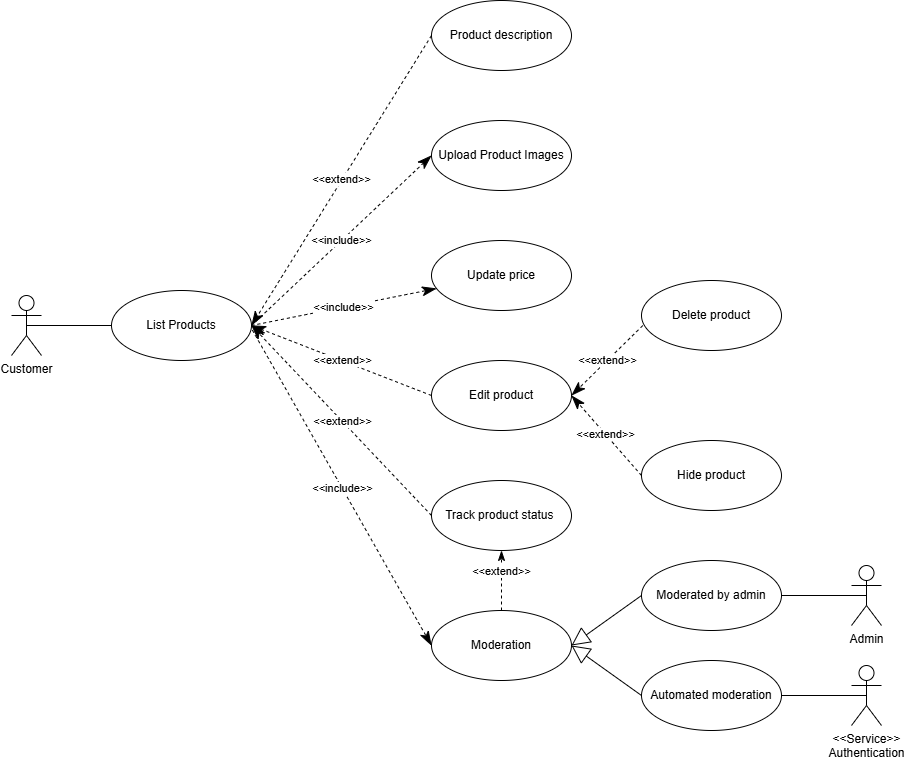
The draw.io diagram docs/usecases/detailed/list_products.drawio.png in Thu-sunrise/cloud_computing, before a commit. Source tidied: cells renumbered, new cells last; positions are measured from the earlier drawing's top-left corner, leaving out a move shared by most shapes. Its diagram source:
```xml
<mxGraphModel>
  <root>
    <mxCell id="0" />
    <mxCell id="1" parent="0" />
    <mxCell id="2" value="Customer" style="shape=umlActor;verticalLabelPosition=bottom;verticalAlign=top;html=1;" parent="1" vertex="1">
      <mxGeometry y="295" width="30" height="60" as="geometry" />
    </mxCell>
    <mxCell id="3" value="List Products" style="ellipse;whiteSpace=wrap;html=1;" parent="1" vertex="1">
      <mxGeometry x="100" y="290" width="140" height="70" as="geometry" />
    </mxCell>
    <mxCell id="4" value="Upload Product Images" style="ellipse;whiteSpace=wrap;html=1;" parent="1" vertex="1">
      <mxGeometry x="420" y="120" width="140" height="70" as="geometry" />
    </mxCell>
    <mxCell id="5" value="Product description" style="ellipse;whiteSpace=wrap;html=1;" parent="1" vertex="1">
      <mxGeometry x="420" width="140" height="70" as="geometry" />
    </mxCell>
    <mxCell id="6" value="Moderation" style="ellipse;whiteSpace=wrap;html=1;" parent="1" vertex="1">
      <mxGeometry x="420" y="610" width="140" height="70" as="geometry" />
    </mxCell>
    <mxCell id="7" value="Track product status&amp;nbsp;" style="ellipse;whiteSpace=wrap;html=1;" parent="1" vertex="1">
      <mxGeometry x="420" y="480" width="140" height="70" as="geometry" />
    </mxCell>
    <mxCell id="8" value="Edit product" style="ellipse;whiteSpace=wrap;html=1;" parent="1" vertex="1">
      <mxGeometry x="420" y="360" width="140" height="70" as="geometry" />
    </mxCell>
    <mxCell id="9" value="Hide product" style="ellipse;whiteSpace=wrap;html=1;" parent="1" vertex="1">
      <mxGeometry x="630" y="440" width="140" height="70" as="geometry" />
    </mxCell>
    <mxCell id="10" value="Delete product" style="ellipse;whiteSpace=wrap;html=1;" parent="1" vertex="1">
      <mxGeometry x="630" y="280" width="140" height="70" as="geometry" />
    </mxCell>
    <mxCell id="11" value="Update price" style="ellipse;whiteSpace=wrap;html=1;" parent="1" vertex="1">
      <mxGeometry x="420" y="240" width="140" height="70" as="geometry" />
    </mxCell>
    <mxCell id="12" value="Admin" style="shape=umlActor;verticalLabelPosition=bottom;verticalAlign=top;html=1;" parent="1" vertex="1">
      <mxGeometry x="840" y="565" width="30" height="60" as="geometry" />
    </mxCell>
    <mxCell id="13" value="&amp;lt;&amp;lt;include&amp;gt;&amp;gt;" style="endArrow=classicThin;endSize=12;dashed=1;html=1;rounded=0;exitX=1;exitY=0.5;exitDx=0;exitDy=0;entryX=0;entryY=0.5;entryDx=0;entryDy=0;endFill=1;" parent="1" edge="1" source="3" target="4">
      <mxGeometry relative="1" as="geometry" />
    </mxCell>
    <mxCell id="14" value="&amp;lt;&amp;lt;include&amp;gt;&amp;gt;" style="endArrow=classicThin;endSize=12;dashed=1;html=1;rounded=0;exitX=1;exitY=0.5;exitDx=0;exitDy=0;endFill=1;" parent="1" edge="1" source="3" target="11">
      <mxGeometry relative="1" as="geometry" />
    </mxCell>
    <mxCell id="15" value="&amp;lt;&amp;lt;extend&amp;gt;&amp;gt;" style="endArrow=classicThin;endSize=12;dashed=1;html=1;rounded=0;entryX=1;entryY=0.5;entryDx=0;entryDy=0;exitX=0;exitY=0.5;exitDx=0;exitDy=0;endFill=1;" parent="1" edge="1" source="8" target="3">
      <mxGeometry relative="1" as="geometry" />
    </mxCell>
    <mxCell id="16" value="&amp;lt;&amp;lt;extend&amp;gt;&amp;gt;" style="endArrow=classicThin;endSize=12;dashed=1;html=1;rounded=0;exitX=0;exitY=0.5;exitDx=0;exitDy=0;entryX=1;entryY=0.5;entryDx=0;entryDy=0;endFill=1;" parent="1" edge="1" source="7" target="3">
      <mxGeometry relative="1" as="geometry" />
    </mxCell>
    <mxCell id="17" value="&amp;lt;&amp;lt;extend&amp;gt;&amp;gt;" style="endArrow=classicThin;endSize=12;dashed=1;html=1;rounded=0;exitX=0.009;exitY=0.644;exitDx=0;exitDy=0;exitPerimeter=0;entryX=1;entryY=0.5;entryDx=0;entryDy=0;endFill=1;" parent="1" edge="1" source="10" target="8">
      <mxGeometry relative="1" as="geometry" />
    </mxCell>
    <mxCell id="18" value="&amp;lt;&amp;lt;extend&amp;gt;&amp;gt;" style="endArrow=classicThin;endSize=12;dashed=1;html=1;rounded=0;entryX=1;entryY=0.5;entryDx=0;entryDy=0;exitX=0;exitY=0.5;exitDx=0;exitDy=0;endFill=1;" parent="1" edge="1" source="9" target="8">
      <mxGeometry relative="1" as="geometry" />
    </mxCell>
    <mxCell id="19" value="&amp;lt;&amp;lt;include&amp;gt;&amp;gt;" style="endArrow=classicThin;endSize=12;dashed=1;html=1;rounded=0;exitX=1.006;exitY=0.565;exitDx=0;exitDy=0;exitPerimeter=0;entryX=0;entryY=0.5;entryDx=0;entryDy=0;endFill=1;" parent="1" edge="1" source="3" target="6">
      <mxGeometry relative="1" as="geometry" />
    </mxCell>
    <mxCell id="20" style="endArrow=none;html=1;rounded=0;entryX=0.5;entryY=0.5;entryDx=0;entryDy=0;entryPerimeter=0;exitX=1;exitY=0.5;exitDx=0;exitDy=0;" parent="1" edge="1" source="26" target="12">
      <mxGeometry relative="1" as="geometry" />
    </mxCell>
    <mxCell id="21" style="endArrow=none;html=1;rounded=0;entryX=0;entryY=0.5;entryDx=0;entryDy=0;exitX=0.5;exitY=0.5;exitDx=0;exitDy=0;exitPerimeter=0;" parent="1" edge="1" source="2" target="3">
      <mxGeometry relative="1" as="geometry" />
    </mxCell>
    <mxCell id="22" value="&amp;lt;&amp;lt;extend&amp;gt;&amp;gt;" style="endArrow=classicThin;endSize=12;dashed=1;html=1;rounded=0;exitX=0;exitY=0.5;exitDx=0;exitDy=0;entryX=1;entryY=0.5;entryDx=0;entryDy=0;endFill=1;" parent="1" edge="1" source="5" target="3">
      <mxGeometry relative="1" as="geometry" />
    </mxCell>
    <mxCell id="23" value="&amp;lt;&amp;lt;extend&amp;gt;&amp;gt;" style="html=1;verticalAlign=bottom;endArrow=classicThin;dashed=1;endSize=8;curved=0;rounded=0;exitX=0.5;exitY=0;exitDx=0;exitDy=0;entryX=0.5;entryY=1;entryDx=0;entryDy=0;endFill=1;" parent="1" edge="1" source="6" target="7">
      <mxGeometry relative="1" as="geometry" />
    </mxCell>
    <mxCell id="24" value="Automated moderation" style="ellipse;whiteSpace=wrap;html=1;" parent="1" vertex="1">
      <mxGeometry x="630" y="660" width="140" height="70" as="geometry" />
    </mxCell>
    <mxCell id="25" style="endArrow=block;endSize=16;endFill=0;html=1;rounded=0;exitX=0;exitY=0.5;exitDx=0;exitDy=0;entryX=1;entryY=0.5;entryDx=0;entryDy=0;" parent="1" edge="1" source="26" target="6">
      <mxGeometry relative="1" as="geometry" />
    </mxCell>
    <mxCell id="26" value="Moderated by admin" style="ellipse;whiteSpace=wrap;html=1;" parent="1" vertex="1">
      <mxGeometry x="630" y="560" width="140" height="70" as="geometry" />
    </mxCell>
    <mxCell id="27" style="endArrow=none;html=1;rounded=0;entryX=0.5;entryY=0.5;entryDx=0;entryDy=0;entryPerimeter=0;exitX=1;exitY=0.5;exitDx=0;exitDy=0;" parent="1" edge="1" source="24" target="28">
      <mxGeometry relative="1" as="geometry" />
    </mxCell>
    <mxCell id="28" value="&amp;lt;&amp;lt;Service&amp;gt;&amp;gt;&lt;br&gt;Authentication" style="shape=umlActor;verticalLabelPosition=bottom;verticalAlign=top;html=1;" parent="1" vertex="1">
      <mxGeometry x="840" y="665" width="30" height="60" as="geometry" />
    </mxCell>
    <mxCell id="29" style="endArrow=block;endSize=16;endFill=0;html=1;rounded=0;exitX=0;exitY=0.5;exitDx=0;exitDy=0;entryX=1;entryY=0.5;entryDx=0;entryDy=0;" parent="1" edge="1" source="24" target="6">
      <mxGeometry relative="1" as="geometry" />
    </mxCell>
  </root>
</mxGraphModel>
```
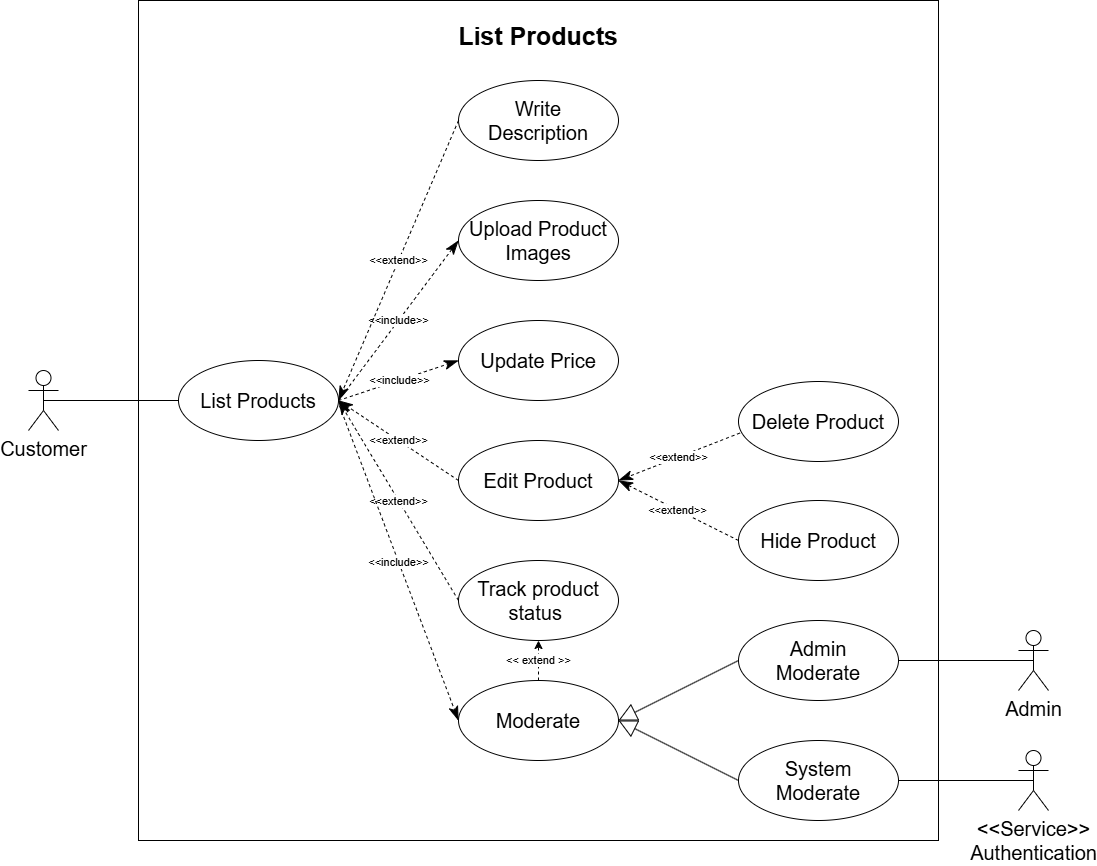
After the commit.

Diff of the diagram source:
```diff
@@ -1,44 +1,50 @@
-<mxGraphModel>
+<mxGraphModel background="#ffffff">
   <root>
     <mxCell id="0" />
     <mxCell id="1" parent="0" />
+    <mxCell id="30" style="rounded=0;whiteSpace=wrap;html=1;" parent="1" vertex="1">
+      <mxGeometry x="50" y="-90" width="800" height="840" as="geometry" />
+    </mxCell>
-    <mxCell id="2" value="Customer" style="shape=umlActor;verticalLabelPosition=bottom;verticalAlign=top;html=1;" parent="1" vertex="1">
-      <mxGeometry y="295" width="30" height="60" as="geometry" />
+    <mxCell id="2" value="Customer" style="shape=umlActor;verticalLabelPosition=bottom;verticalAlign=top;html=1;fontSize=20;" parent="1" vertex="1">
+      <mxGeometry x="-60" y="280" width="30" height="60" as="geometry" />
     </mxCell>
-    <mxCell id="3" value="List Products" style="ellipse;whiteSpace=wrap;html=1;" parent="1" vertex="1">
-      <mxGeometry x="100" y="290" width="140" height="70" as="geometry" />
+    <mxCell id="3" value="List Products" style="ellipse;whiteSpace=wrap;html=1;fontSize=20;" parent="1" vertex="1">
+      <mxGeometry x="90" y="270" width="160" height="80" as="geometry" />
     </mxCell>
-    <mxCell id="4" value="Upload Product Images" style="ellipse;whiteSpace=wrap;html=1;" parent="1" vertex="1">
-      <mxGeometry x="420" y="120" width="140" height="70" as="geometry" />
+    <mxCell id="4" value="Upload Product Images" style="ellipse;whiteSpace=wrap;html=1;fontSize=20;" parent="1" vertex="1">
+      <mxGeometry x="370" y="110" width="160" height="80" as="geometry" />
     </mxCell>
-    <mxCell id="5" value="Product description" style="ellipse;whiteSpace=wrap;html=1;" parent="1" vertex="1">
-      <mxGeometry x="420" width="140" height="70" as="geometry" />
+    <mxCell id="5" value="Write&lt;div&gt;Description&lt;/div&gt;" style="ellipse;whiteSpace=wrap;html=1;fontSize=20;" parent="1" vertex="1">
+      <mxGeometry x="370" y="-10" width="160" height="80" as="geometry" />
     </mxCell>
+    <mxCell id="23" value="&amp;lt;&amp;lt; extend &amp;gt;&amp;gt;" style="edgeStyle=none;html=1;entryX=0.5;entryY=1;entryDx=0;entryDy=0;dashed=1;" parent="1" edge="1" source="6" target="7">
+      <mxGeometry relative="1" as="geometry" />
+    </mxCell>
-    <mxCell id="6" value="Moderation" style="ellipse;whiteSpace=wrap;html=1;" parent="1" vertex="1">
-      <mxGeometry x="420" y="610" width="140" height="70" as="geometry" />
+    <mxCell id="6" value="Moderate" style="ellipse;whiteSpace=wrap;html=1;fontSize=20;" parent="1" vertex="1">
+      <mxGeometry x="370" y="590" width="160" height="80" as="geometry" />
     </mxCell>
-    <mxCell id="7" value="Track product status&amp;nbsp;" style="ellipse;whiteSpace=wrap;html=1;" parent="1" vertex="1">
-      <mxGeometry x="420" y="480" width="140" height="70" as="geometry" />
+    <mxCell id="7" value="Track product status&amp;nbsp;" style="ellipse;whiteSpace=wrap;html=1;fontSize=20;" parent="1" vertex="1">
+      <mxGeometry x="370" y="470" width="160" height="80" as="geometry" />
     </mxCell>
-    <mxCell id="8" value="Edit product" style="ellipse;whiteSpace=wrap;html=1;" parent="1" vertex="1">
-      <mxGeometry x="420" y="360" width="140" height="70" as="geometry" />
+    <mxCell id="8" value="Edit Product" style="ellipse;whiteSpace=wrap;html=1;fontSize=20;" parent="1" vertex="1">
+      <mxGeometry x="370" y="350" width="160" height="80" as="geometry" />
     </mxCell>
-    <mxCell id="9" value="Hide product" style="ellipse;whiteSpace=wrap;html=1;" parent="1" vertex="1">
-      <mxGeometry x="630" y="440" width="140" height="70" as="geometry" />
+    <mxCell id="9" value="Hide Product" style="ellipse;whiteSpace=wrap;html=1;fontSize=20;" parent="1" vertex="1">
+      <mxGeometry x="650" y="410" width="160" height="80" as="geometry" />
     </mxCell>
-    <mxCell id="10" value="Delete product" style="ellipse;whiteSpace=wrap;html=1;" parent="1" vertex="1">
-      <mxGeometry x="630" y="280" width="140" height="70" as="geometry" />
+    <mxCell id="10" value="Delete Product" style="ellipse;whiteSpace=wrap;html=1;fontSize=20;" parent="1" vertex="1">
+      <mxGeometry x="650" y="291" width="160" height="80" as="geometry" />
     </mxCell>
-    <mxCell id="11" value="Update price" style="ellipse;whiteSpace=wrap;html=1;" parent="1" vertex="1">
-      <mxGeometry x="420" y="240" width="140" height="70" as="geometry" />
+    <mxCell id="11" value="Update Price" style="ellipse;whiteSpace=wrap;html=1;fontSize=20;" parent="1" vertex="1">
+      <mxGeometry x="370" y="230" width="160" height="80" as="geometry" />
     </mxCell>
-    <mxCell id="12" value="Admin" style="shape=umlActor;verticalLabelPosition=bottom;verticalAlign=top;html=1;" parent="1" vertex="1">
-      <mxGeometry x="840" y="565" width="30" height="60" as="geometry" />
+    <mxCell id="12" value="Admin" style="shape=umlActor;verticalLabelPosition=bottom;verticalAlign=top;html=1;fontSize=20;" parent="1" vertex="1">
+      <mxGeometry x="930" y="540" width="30" height="60" as="geometry" />
     </mxCell>
     <mxCell id="13" value="&amp;lt;&amp;lt;include&amp;gt;&amp;gt;" style="endArrow=classicThin;endSize=12;dashed=1;html=1;rounded=0;exitX=1;exitY=0.5;exitDx=0;exitDy=0;entryX=0;entryY=0.5;entryDx=0;entryDy=0;endFill=1;" parent="1" edge="1" source="3" target="4">
       <mxGeometry relative="1" as="geometry" />
     </mxCell>
-    <mxCell id="14" value="&amp;lt;&amp;lt;include&amp;gt;&amp;gt;" style="endArrow=classicThin;endSize=12;dashed=1;html=1;rounded=0;exitX=1;exitY=0.5;exitDx=0;exitDy=0;endFill=1;" parent="1" edge="1" source="3" target="11">
+    <mxCell id="14" value="&amp;lt;&amp;lt;include&amp;gt;&amp;gt;" style="endArrow=classicThin;endSize=12;dashed=1;html=1;rounded=0;exitX=1;exitY=0.5;exitDx=0;exitDy=0;endFill=1;entryX=0;entryY=0.5;entryDx=0;entryDy=0;" parent="1" edge="1" source="3" target="11">
       <mxGeometry relative="1" as="geometry" />
     </mxCell>
     <mxCell id="15" value="&amp;lt;&amp;lt;extend&amp;gt;&amp;gt;" style="endArrow=classicThin;endSize=12;dashed=1;html=1;rounded=0;entryX=1;entryY=0.5;entryDx=0;entryDy=0;exitX=0;exitY=0.5;exitDx=0;exitDy=0;endFill=1;" parent="1" edge="1" source="8" target="3">
@@ -59,32 +65,32 @@
     <mxCell id="20" style="endArrow=none;html=1;rounded=0;entryX=0.5;entryY=0.5;entryDx=0;entryDy=0;entryPerimeter=0;exitX=1;exitY=0.5;exitDx=0;exitDy=0;" parent="1" edge="1" source="26" target="12">
       <mxGeometry relative="1" as="geometry" />
     </mxCell>
-    <mxCell id="21" style="endArrow=none;html=1;rounded=0;entryX=0;entryY=0.5;entryDx=0;entryDy=0;exitX=0.5;exitY=0.5;exitDx=0;exitDy=0;exitPerimeter=0;" parent="1" edge="1" source="2" target="3">
+    <mxCell id="21" style="endArrow=none;html=1;rounded=0;entryX=0;entryY=0.5;entryDx=0;entryDy=0;exitX=0.5;exitY=0.5;exitDx=0;exitDy=0;exitPerimeter=0;fontSize=20;" parent="1" edge="1" source="2" target="3">
       <mxGeometry relative="1" as="geometry" />
     </mxCell>
     <mxCell id="22" value="&amp;lt;&amp;lt;extend&amp;gt;&amp;gt;" style="endArrow=classicThin;endSize=12;dashed=1;html=1;rounded=0;exitX=0;exitY=0.5;exitDx=0;exitDy=0;entryX=1;entryY=0.5;entryDx=0;entryDy=0;endFill=1;" parent="1" edge="1" source="5" target="3">
       <mxGeometry relative="1" as="geometry" />
     </mxCell>
-    <mxCell id="23" value="&amp;lt;&amp;lt;extend&amp;gt;&amp;gt;" style="html=1;verticalAlign=bottom;endArrow=classicThin;dashed=1;endSize=8;curved=0;rounded=0;exitX=0.5;exitY=0;exitDx=0;exitDy=0;entryX=0.5;entryY=1;entryDx=0;entryDy=0;endFill=1;" parent="1" edge="1" source="6" target="7">
-      <mxGeometry relative="1" as="geometry" />
-    </mxCell>
-    <mxCell id="24" value="Automated moderation" style="ellipse;whiteSpace=wrap;html=1;" parent="1" vertex="1">
-      <mxGeometry x="630" y="660" width="140" height="70" as="geometry" />
+    <mxCell id="24" value="System&lt;div&gt;Moderate&lt;/div&gt;" style="ellipse;whiteSpace=wrap;html=1;fontSize=20;" parent="1" vertex="1">
+      <mxGeometry x="650" y="650" width="160" height="80" as="geometry" />
     </mxCell>
     <mxCell id="25" style="endArrow=block;endSize=16;endFill=0;html=1;rounded=0;exitX=0;exitY=0.5;exitDx=0;exitDy=0;entryX=1;entryY=0.5;entryDx=0;entryDy=0;" parent="1" edge="1" source="26" target="6">
       <mxGeometry relative="1" as="geometry" />
     </mxCell>
-    <mxCell id="26" value="Moderated by admin" style="ellipse;whiteSpace=wrap;html=1;" parent="1" vertex="1">
-      <mxGeometry x="630" y="560" width="140" height="70" as="geometry" />
+    <mxCell id="26" value="Admin&lt;div&gt;Moderate&lt;/div&gt;" style="ellipse;whiteSpace=wrap;html=1;fontSize=20;" parent="1" vertex="1">
+      <mxGeometry x="650" y="530" width="160" height="80" as="geometry" />
     </mxCell>
     <mxCell id="27" style="endArrow=none;html=1;rounded=0;entryX=0.5;entryY=0.5;entryDx=0;entryDy=0;entryPerimeter=0;exitX=1;exitY=0.5;exitDx=0;exitDy=0;" parent="1" edge="1" source="24" target="28">
       <mxGeometry relative="1" as="geometry" />
     </mxCell>
-    <mxCell id="28" value="&amp;lt;&amp;lt;Service&amp;gt;&amp;gt;&lt;br&gt;Authentication" style="shape=umlActor;verticalLabelPosition=bottom;verticalAlign=top;html=1;" parent="1" vertex="1">
-      <mxGeometry x="840" y="665" width="30" height="60" as="geometry" />
+    <mxCell id="28" value="&amp;lt;&amp;lt;Service&amp;gt;&amp;gt;&lt;br&gt;Authentication" style="shape=umlActor;verticalLabelPosition=bottom;verticalAlign=top;html=1;fontSize=20;" parent="1" vertex="1">
+      <mxGeometry x="930" y="660" width="30" height="60" as="geometry" />
     </mxCell>
     <mxCell id="29" style="endArrow=block;endSize=16;endFill=0;html=1;rounded=0;exitX=0;exitY=0.5;exitDx=0;exitDy=0;entryX=1;entryY=0.5;entryDx=0;entryDy=0;" parent="1" edge="1" source="24" target="6">
       <mxGeometry relative="1" as="geometry" />
     </mxCell>
+    <mxCell id="31" value="&lt;font style=&quot;font-size: 25px;&quot;&gt;&lt;b&gt;List Products&lt;/b&gt;&lt;/font&gt;" style="text;html=1;align=center;verticalAlign=middle;whiteSpace=wrap;rounded=0;" parent="1" vertex="1">
+      <mxGeometry x="310" y="-70" width="280" height="30" as="geometry" />
+    </mxCell>
   </root>
 </mxGraphModel>
```
